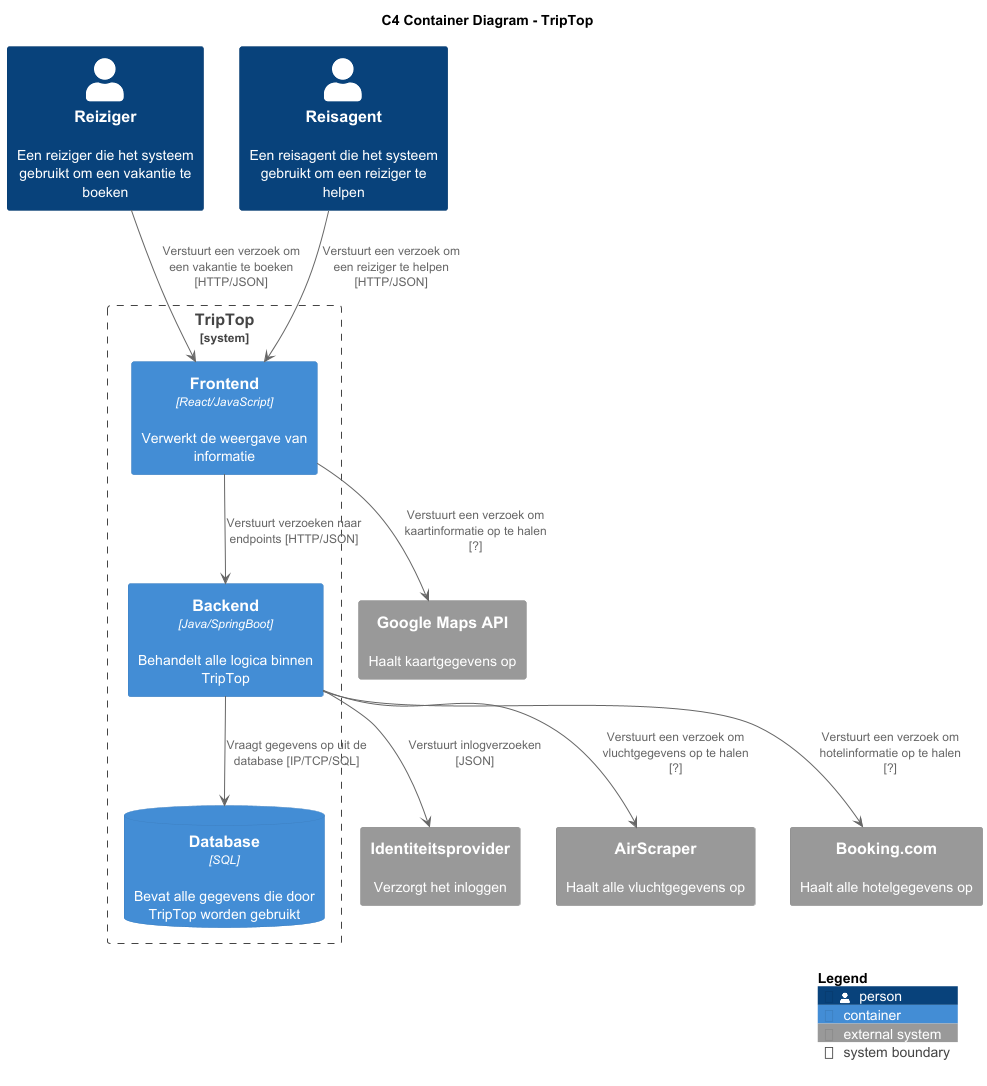
Earlier version of the PlantUML export C4_diagrammen/container-diagram-triptop.png (AIM-ENE-feb25/triptop-groep-b4).
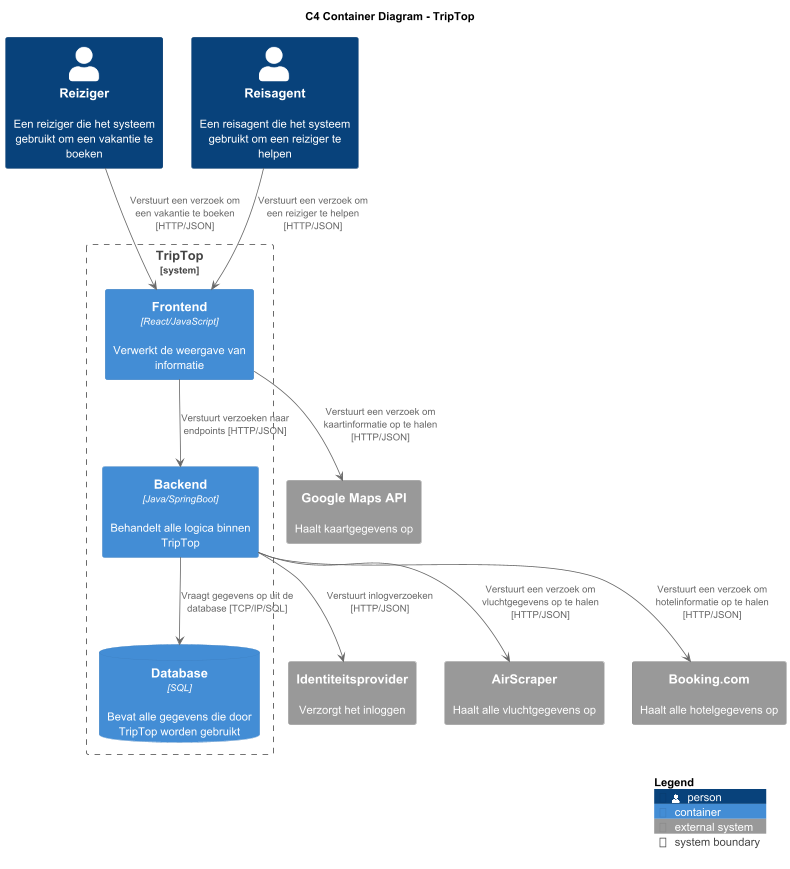
Later version of the same file.

What changed in the source:
```diff
@@ -18,14 +18,14 @@
 System_Ext(BookingCom, "Booking.com", "Haalt alle hotelgegevens op")
 System_Ext(GoogleMapsAPI, "Google Maps API", "Haalt kaartgegevens op")
 
-Backend --> Database : "Vraagt gegevens op uit de database [IP/TCP/SQL]"
+Backend --> Database : "Vraagt gegevens op uit de database [TCP/IP/SQL]"
 Reiziger --> Frontend: "Verstuurt een verzoek om een vakantie te boeken [HTTP/JSON]"
 Reisagent --> Frontend: "Verstuurt een verzoek om een reiziger te helpen [HTTP/JSON]"
 Frontend --> Backend: "Verstuurt verzoeken naar endpoints [HTTP/JSON]"
-Frontend --> GoogleMapsAPI: "Verstuurt een verzoek om kaartinformatie op te halen [?]"
-Backend --> Identiteitsprovider: "Verstuurt inlogverzoeken [JSON]"
-Backend --> AirScraper: "Verstuurt een verzoek om vluchtgegevens op te halen [?]"
-Backend --> BookingCom: "Verstuurt een verzoek om hotelinformatie op te halen [?]"
+Frontend --> GoogleMapsAPI: "Verstuurt een verzoek om kaartinformatie op te halen [HTTP/JSON]"
+Backend --> Identiteitsprovider: "Verstuurt inlogverzoeken [HTTP/JSON]"
+Backend --> AirScraper: "Verstuurt een verzoek om vluchtgegevens op te halen [HTTP/JSON]"
+Backend --> BookingCom: "Verstuurt een verzoek om hotelinformatie op te halen [HTTP/JSON]"
 
 SHOW_LEGEND(true)
 @enduml
```
